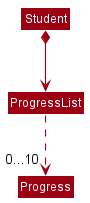
The PlantUML diagram docs/images/StudentWithProgressListClassDiagram.png in nus-cs2103-AY2122S1/tp, before a commit. Its diagram source:
```plantuml
@startuml
!include style.puml
skinparam arrowThickness 1.1
skinparam arrowColor MODEL_COLOR
skinparam classBackgroundColor MODEL_COLOR

Class Student
Class ProgressList
Class Progress

Student *--> ProgressList
ProgressList ..> "0...10" Progress


@enduml
```
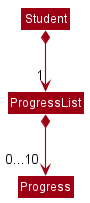
Above is the later version.

Commit message:
Update DG to include Sequence Diagram for Adding Students to Lessons

What changed in the source:
```diff
@@ -8,8 +8,7 @@
 Class ProgressList
 Class Progress
 
-Student *--> ProgressList
-ProgressList ..> "0...10" Progress
+Student *--> "1" ProgressList
 
-
+ProgressList *--> "0...10" Progress
 @enduml
```
